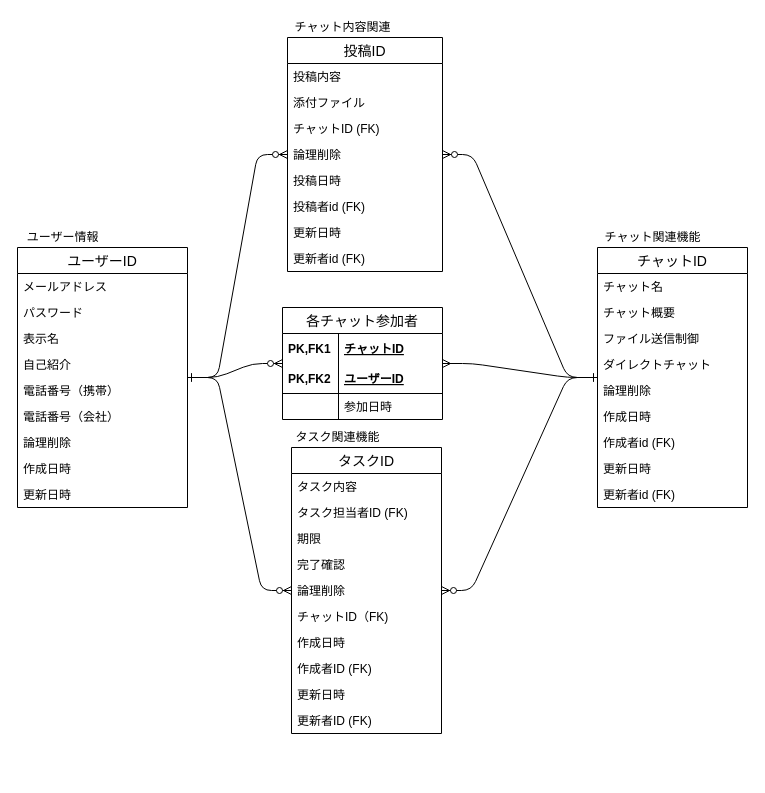
This is db/db-challenge1/chatWork.dio from Odachannnn/quelcode-db, a draw.io file, before an edit. Source tidied: cells renumbered, new cells numbered last; positions are measured from the earlier drawing's top-left corner, leaving out a move shared by most shapes. Both pictures are drawn from the tidied source at 100%, with x=0, y=0 at pixel (17, 17).
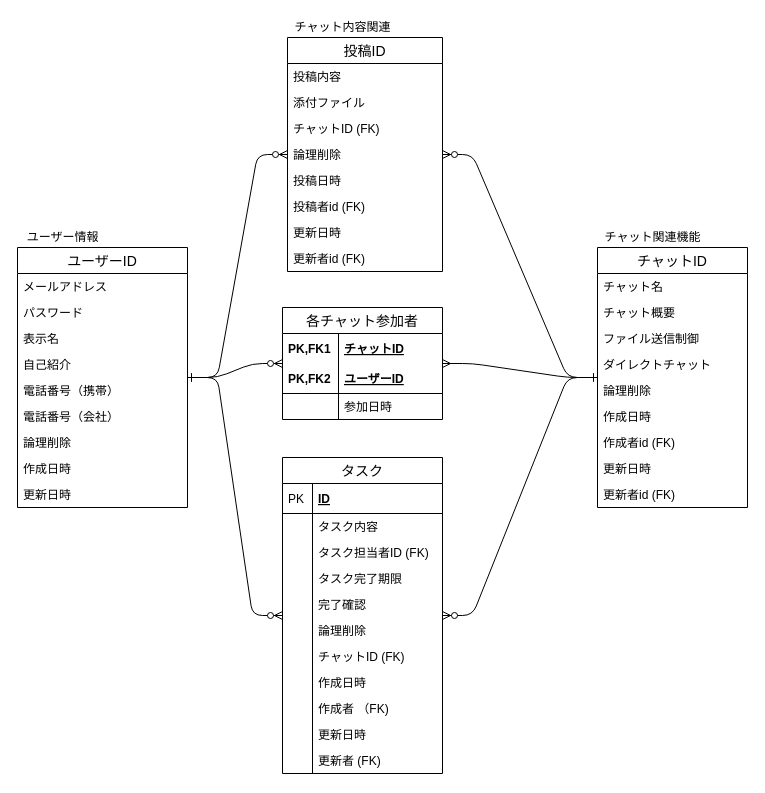
Above is the later version.

Commit message:
update タスクの図式修正

Unchanged cells that the change refers to:
```xml
<mxCell id="20" value="ユーザーID" style="swimlane;fontStyle=0;horizontal=1;startSize=26;align=center;fontSize=14;" parent="1" vertex="1">
  <mxGeometry y="230" width="170" height="260" as="geometry" />
</mxCell>
<mxCell id="30" value="チャットID" style="swimlane;fontStyle=0;horizontal=1;startSize=26;align=center;fontSize=14;" parent="1" vertex="1">
  <mxGeometry x="580" y="230" width="150" height="260" as="geometry" />
</mxCell>
```

Diff of the diagram source:
```diff
@@
-    <mxCell id="5" value="タスク関連機能" style="text;html=1;align=center;verticalAlign=middle;fillColor=none;strokeColor=none;rounded=0;" parent="1" vertex="1">
-      <mxGeometry x="270" y="410" width="100" height="20" as="geometry" />
-    </mxCell>
@@
-    <mxCell id="8" style="edgeStyle=entityRelationEdgeStyle;fontSize=12;html=1;endArrow=ERone;startArrow=ERzeroToMany;endFill=0;startFill=1;" parent="1" edge="1" source="40" target="30">
+    <mxCell id="8" style="edgeStyle=entityRelationEdgeStyle;fontSize=12;html=1;endArrow=ERone;startArrow=ERzeroToMany;endFill=0;startFill=1;" parent="1" edge="1" source="59" target="30">
       <mxGeometry relative="1" as="geometry" />
     </mxCell>
@@
-    <mxCell id="10" style="edgeStyle=entityRelationEdgeStyle;fontSize=12;html=1;endArrow=ERzeroToMany;startArrow=ERone;startFill=0;" parent="1" edge="1" source="20" target="40">
+    <mxCell id="10" style="edgeStyle=entityRelationEdgeStyle;fontSize=12;html=1;endArrow=ERzeroToMany;startArrow=ERone;startFill=0;" parent="1" edge="1" source="20" target="59">
       <mxGeometry relative="1" as="geometry" />
     </mxCell>
@@
-    <mxCell id="40" value="タスクID" style="swimlane;fontStyle=0;horizontal=1;startSize=26;align=center;fontSize=14;" parent="1" vertex="1">
-      <mxGeometry x="274" y="430" width="150" height="286" as="geometry" />
-    </mxCell>
-    <mxCell id="41" value="タスク内容" style="text;strokeColor=none;fillColor=none;spacingLeft=4;spacingRight=4;overflow=hidden;fontSize=12;" parent="40" vertex="1">
-      <mxGeometry y="26" width="150" height="26" as="geometry" />
-    </mxCell>
-    <mxCell id="42" value="タスク担当者ID (FK)" style="text;strokeColor=none;fillColor=none;spacingLeft=4;spacingRight=4;overflow=hidden;fontSize=12;" parent="40" vertex="1">
-      <mxGeometry y="52" width="150" height="26" as="geometry" />
-    </mxCell>
-    <mxCell id="43" value="期限" style="text;strokeColor=none;fillColor=none;spacingLeft=4;spacingRight=4;overflow=hidden;fontSize=12;" parent="40" vertex="1">
-      <mxGeometry y="78" width="150" height="26" as="geometry" />
-    </mxCell>
-    <mxCell id="44" value="完了確認" style="text;strokeColor=none;fillColor=none;spacingLeft=4;spacingRight=4;overflow=hidden;fontSize=12;" parent="40" vertex="1">
-      <mxGeometry y="104" width="150" height="26" as="geometry" />
-    </mxCell>
-    <mxCell id="45" value="論理削除" style="text;strokeColor=none;fillColor=none;spacingLeft=4;spacingRight=4;overflow=hidden;fontSize=12;" parent="40" vertex="1">
-      <mxGeometry y="130" width="150" height="26" as="geometry" />
-    </mxCell>
-    <mxCell id="46" value="チャットID（FK)" style="text;strokeColor=none;fillColor=none;spacingLeft=4;spacingRight=4;overflow=hidden;fontSize=12;" parent="40" vertex="1">
-      <mxGeometry y="156" width="150" height="26" as="geometry" />
-    </mxCell>
-    <mxCell id="47" value="作成日時" style="text;strokeColor=none;fillColor=none;spacingLeft=4;spacingRight=4;overflow=hidden;fontSize=12;" parent="40" vertex="1">
-      <mxGeometry y="182" width="150" height="26" as="geometry" />
-    </mxCell>
-    <mxCell id="48" value="作成者ID (FK)" style="text;strokeColor=none;fillColor=none;spacingLeft=4;spacingRight=4;overflow=hidden;fontSize=12;" parent="40" vertex="1">
-      <mxGeometry y="208" width="150" height="26" as="geometry" />
-    </mxCell>
-    <mxCell id="49" value="更新日時" style="text;strokeColor=none;fillColor=none;spacingLeft=4;spacingRight=4;overflow=hidden;fontSize=12;" parent="40" vertex="1">
-      <mxGeometry y="234" width="150" height="26" as="geometry" />
-    </mxCell>
-    <mxCell id="50" value="更新者ID (FK)" style="text;strokeColor=none;fillColor=none;spacingLeft=4;spacingRight=4;overflow=hidden;fontSize=12;" parent="40" vertex="1">
-      <mxGeometry y="260" width="150" height="26" as="geometry" />
-    </mxCell>
@@
+    <mxCell id="59" value="タスク" style="swimlane;fontStyle=0;horizontal=1;startSize=26;align=center;fontSize=14;" parent="1" vertex="1">
+      <mxGeometry x="265" y="440" width="160" height="316" as="geometry" />
+    </mxCell>
+    <mxCell id="60" value="ID" style="shape=partialRectangle;top=0;left=0;right=0;bottom=1;align=left;verticalAlign=middle;fillColor=none;spacingLeft=34;spacingRight=4;overflow=hidden;fontStyle=5;fontSize=12;" parent="59" vertex="1">
+      <mxGeometry y="26" width="160" height="30" as="geometry" />
+    </mxCell>
+    <mxCell id="61" value="PK" style="shape=partialRectangle;top=0;left=0;bottom=0;fillColor=none;align=left;verticalAlign=middle;spacingLeft=4;spacingRight=4;overflow=hidden;fontSize=12;" parent="60" vertex="1">
+      <mxGeometry width="30" height="30" as="geometry" />
+    </mxCell>
+    <mxCell id="41" value="タスク内容" style="shape=partialRectangle;top=0;left=0;right=0;bottom=0;align=left;verticalAlign=top;fillColor=none;spacingLeft=34;spacingRight=4;overflow=hidden;fontSize=12;" parent="59" vertex="1">
+      <mxGeometry y="56" width="160" height="26" as="geometry" />
+    </mxCell>
+    <mxCell id="62" style="shape=partialRectangle;top=0;left=0;bottom=0;fillColor=none;align=left;verticalAlign=top;spacingLeft=4;spacingRight=4;overflow=hidden;fontSize=12;" parent="41" vertex="1">
+      <mxGeometry width="30" height="26" as="geometry" />
+    </mxCell>
+    <mxCell id="42" value="タスク担当者ID (FK)" style="shape=partialRectangle;top=0;left=0;right=0;bottom=0;align=left;verticalAlign=top;fillColor=none;spacingLeft=34;spacingRight=4;overflow=hidden;fontSize=12;" parent="59" vertex="1">
+      <mxGeometry y="82" width="160" height="26" as="geometry" />
+    </mxCell>
+    <mxCell id="63" style="shape=partialRectangle;top=0;left=0;bottom=0;fillColor=none;align=left;verticalAlign=top;spacingLeft=4;spacingRight=4;overflow=hidden;fontSize=12;" parent="42" vertex="1">
+      <mxGeometry width="30" height="26" as="geometry" />
+    </mxCell>
+    <mxCell id="64" value="タスク完了期限" style="shape=partialRectangle;top=0;left=0;right=0;bottom=0;align=left;verticalAlign=top;fillColor=none;spacingLeft=34;spacingRight=4;overflow=hidden;fontSize=12;" parent="59" vertex="1">
+      <mxGeometry y="108" width="160" height="26" as="geometry" />
+    </mxCell>
+    <mxCell id="65" style="shape=partialRectangle;top=0;left=0;bottom=0;fillColor=none;align=left;verticalAlign=top;spacingLeft=4;spacingRight=4;overflow=hidden;fontSize=12;" parent="64" vertex="1">
+      <mxGeometry width="30" height="26" as="geometry" />
+    </mxCell>
+    <mxCell id="44" value="完了確認" style="shape=partialRectangle;top=0;left=0;right=0;bottom=0;align=left;verticalAlign=top;fillColor=none;spacingLeft=34;spacingRight=4;overflow=hidden;fontSize=12;" parent="59" vertex="1">
+      <mxGeometry y="134" width="160" height="26" as="geometry" />
+    </mxCell>
+    <mxCell id="66" style="shape=partialRectangle;top=0;left=0;bottom=0;fillColor=none;align=left;verticalAlign=top;spacingLeft=4;spacingRight=4;overflow=hidden;fontSize=12;" parent="44" vertex="1">
+      <mxGeometry width="30" height="26" as="geometry" />
+    </mxCell>
+    <mxCell id="45" value="論理削除" style="shape=partialRectangle;top=0;left=0;right=0;bottom=0;align=left;verticalAlign=top;fillColor=none;spacingLeft=34;spacingRight=4;overflow=hidden;fontSize=12;" parent="59" vertex="1">
+      <mxGeometry y="160" width="160" height="26" as="geometry" />
+    </mxCell>
+    <mxCell id="67" style="shape=partialRectangle;top=0;left=0;bottom=0;fillColor=none;align=left;verticalAlign=top;spacingLeft=4;spacingRight=4;overflow=hidden;fontSize=12;" parent="45" vertex="1">
+      <mxGeometry width="30" height="26" as="geometry" />
+    </mxCell>
+    <mxCell id="68" value="チャットID (FK)" style="shape=partialRectangle;top=0;left=0;right=0;bottom=0;align=left;verticalAlign=top;fillColor=none;spacingLeft=34;spacingRight=4;overflow=hidden;fontSize=12;" parent="59" vertex="1">
+      <mxGeometry y="186" width="160" height="26" as="geometry" />
+    </mxCell>
+    <mxCell id="69" style="shape=partialRectangle;top=0;left=0;bottom=0;fillColor=none;align=left;verticalAlign=top;spacingLeft=4;spacingRight=4;overflow=hidden;fontSize=12;" parent="68" vertex="1">
+      <mxGeometry width="30" height="26" as="geometry" />
+    </mxCell>
+    <mxCell id="47" value="作成日時" style="shape=partialRectangle;top=0;left=0;right=0;bottom=0;align=left;verticalAlign=top;fillColor=none;spacingLeft=34;spacingRight=4;overflow=hidden;fontSize=12;" parent="59" vertex="1">
+      <mxGeometry y="212" width="160" height="26" as="geometry" />
+    </mxCell>
+    <mxCell id="70" style="shape=partialRectangle;top=0;left=0;bottom=0;fillColor=none;align=left;verticalAlign=top;spacingLeft=4;spacingRight=4;overflow=hidden;fontSize=12;" parent="47" vertex="1">
+      <mxGeometry width="30" height="26" as="geometry" />
+    </mxCell>
+    <mxCell id="71" value="作成者 （FK)" style="shape=partialRectangle;top=0;left=0;right=0;bottom=0;align=left;verticalAlign=top;fillColor=none;spacingLeft=34;spacingRight=4;overflow=hidden;fontSize=12;" parent="59" vertex="1">
+      <mxGeometry y="238" width="160" height="26" as="geometry" />
+    </mxCell>
+    <mxCell id="72" style="shape=partialRectangle;top=0;left=0;bottom=0;fillColor=none;align=left;verticalAlign=top;spacingLeft=4;spacingRight=4;overflow=hidden;fontSize=12;" parent="71" vertex="1">
+      <mxGeometry width="30" height="26" as="geometry" />
+    </mxCell>
+    <mxCell id="49" value="更新日時" style="shape=partialRectangle;top=0;left=0;right=0;bottom=0;align=left;verticalAlign=top;fillColor=none;spacingLeft=34;spacingRight=4;overflow=hidden;fontSize=12;" parent="59" vertex="1">
+      <mxGeometry y="264" width="160" height="26" as="geometry" />
+    </mxCell>
+    <mxCell id="73" style="shape=partialRectangle;top=0;left=0;bottom=0;fillColor=none;align=left;verticalAlign=top;spacingLeft=4;spacingRight=4;overflow=hidden;fontSize=12;" parent="49" vertex="1">
+      <mxGeometry width="30" height="26" as="geometry" />
+    </mxCell>
+    <mxCell id="74" value="更新者 (FK)" style="shape=partialRectangle;top=0;left=0;right=0;bottom=0;align=left;verticalAlign=top;fillColor=none;spacingLeft=34;spacingRight=4;overflow=hidden;fontSize=12;" parent="59" vertex="1">
+      <mxGeometry y="290" width="160" height="26" as="geometry" />
+    </mxCell>
+    <mxCell id="75" style="shape=partialRectangle;top=0;left=0;bottom=0;fillColor=none;align=left;verticalAlign=top;spacingLeft=4;spacingRight=4;overflow=hidden;fontSize=12;" parent="74" vertex="1">
+      <mxGeometry width="30" height="26" as="geometry" />
+    </mxCell>
```
